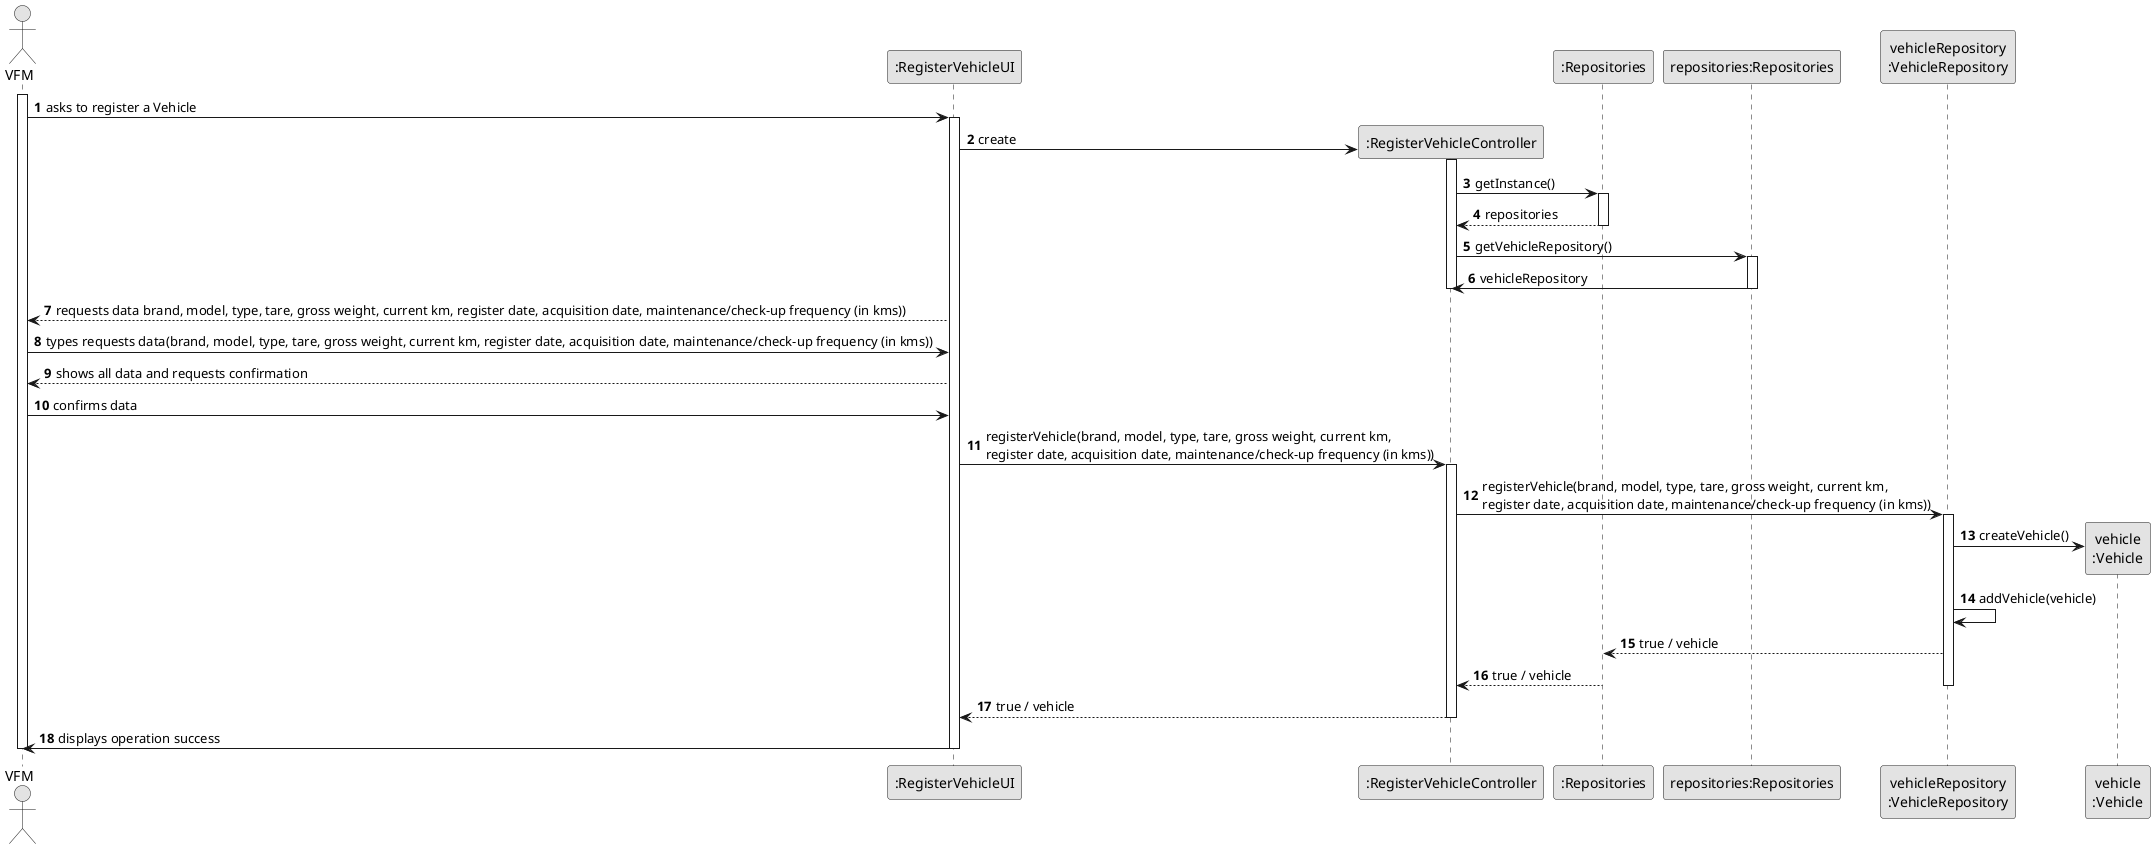
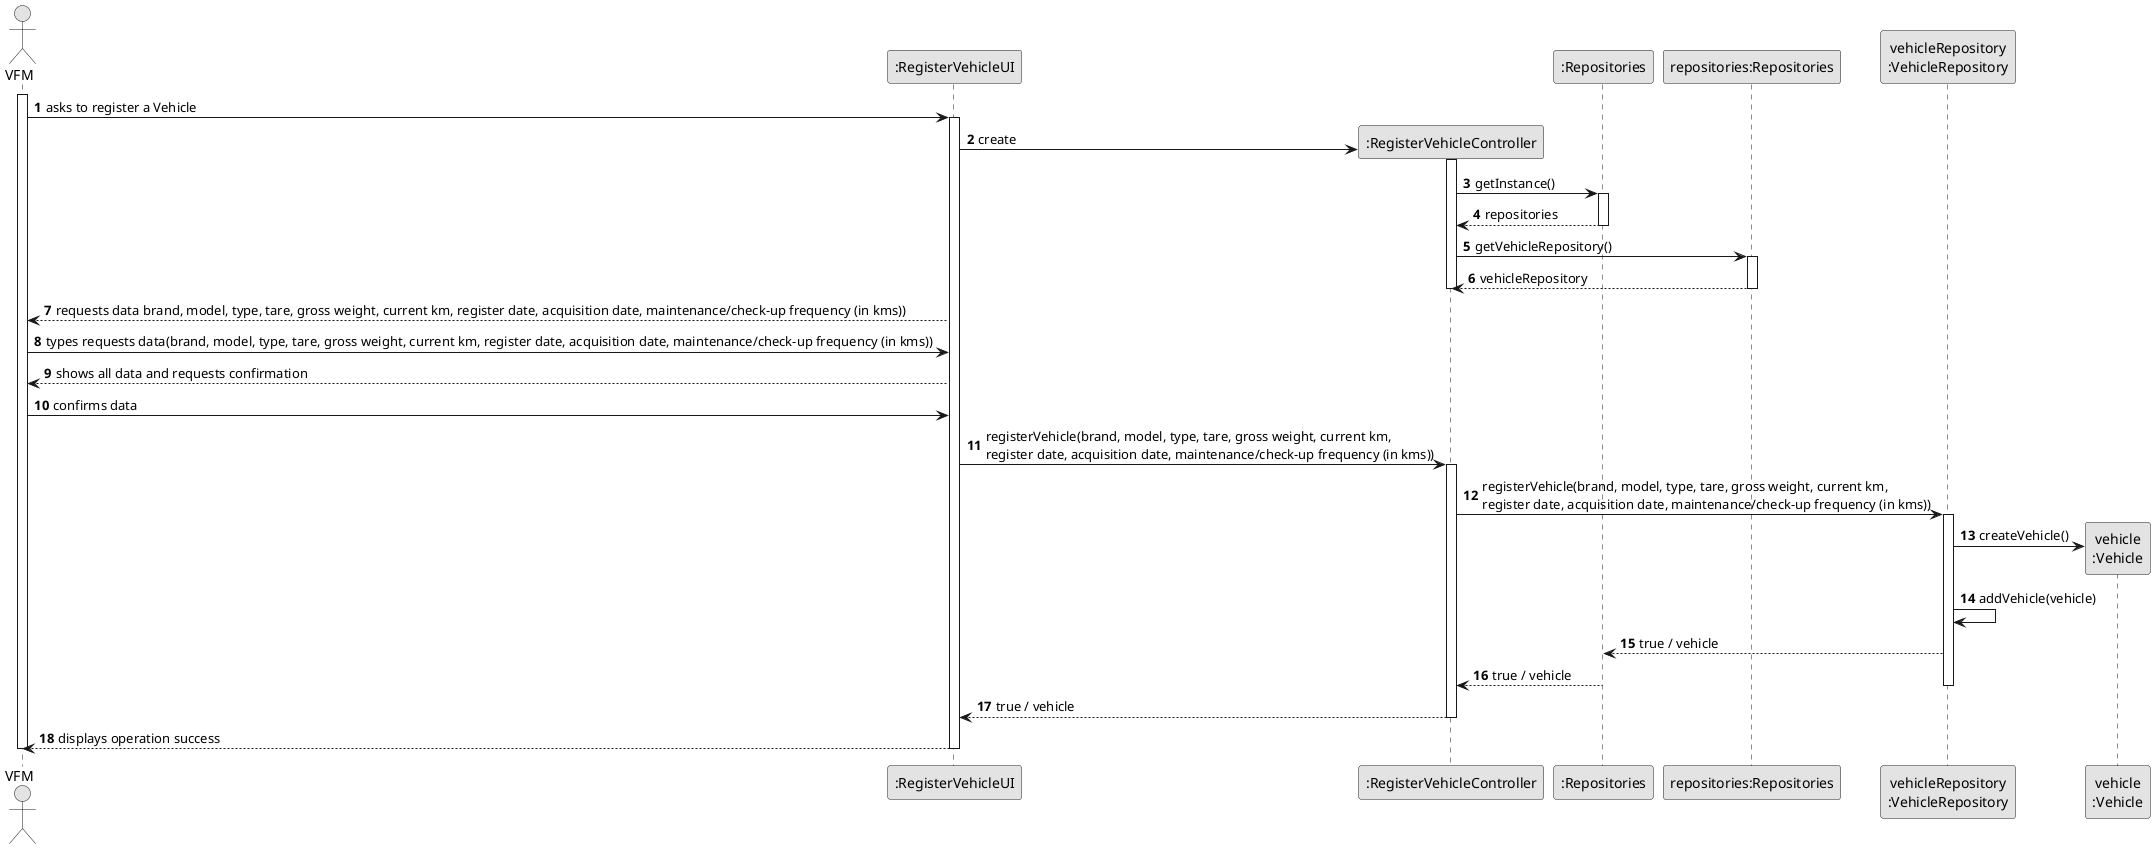
@startuml
skinparam monochrome true
skinparam packageStyle rectangle
skinparam shadowing false

autonumber

'hide footbox
actor "VFM" as VFM
participant ":RegisterVehicleUI" as UI
participant ":RegisterVehicleController" as CTRL
participant ":Repositories" as Repositories
participant "repositories:Repositories" as Repo
participant "vehicleRepository\n:VehicleRepository" as VehicleRepository
participant "vehicle\n:Vehicle" as Vehicle

activate VFM

    VFM -> UI : asks to register a Vehicle
    activate UI

    UI -> CTRL** : create
    activate CTRL

    CTRL -> Repositories : getInstance()
    activate Repositories

    Repositories --> CTRL: repositories
    deactivate Repositories

    CTRL -> Repo : getVehicleRepository()
    activate Repo

-     Repo -> CTRL : vehicleRepository
-         deactivate Repo
+     Repo --> CTRL : vehicleRepository
+     deactivate Repo

    deactivate CTRL

    UI --> VFM : requests data brand, model, type, tare, gross weight, current km, register date, acquisition date, maintenance/check-up frequency (in kms))

    VFM -> UI : types requests data(brand, model, type, tare, gross weight, current km, register date, acquisition date, maintenance/check-up frequency (in kms))

    UI --> VFM : shows all data and requests confirmation

    VFM -> UI : confirms data

    UI -> CTRL : registerVehicle(brand, model, type, tare, gross weight, current km, \nregister date, acquisition date, maintenance/check-up frequency (in kms))
    activate CTRL

    CTRL -> VehicleRepository: registerVehicle(brand, model, type, tare, gross weight, current km, \nregister date, acquisition date, maintenance/check-up frequency (in kms))
    activate VehicleRepository

    VehicleRepository -> Vehicle**: createVehicle()
    VehicleRepository -> VehicleRepository: addVehicle(vehicle)
    VehicleRepository --> Repositories : true / vehicle


    Repositories --> CTRL : true / vehicle
    deactivate VehicleRepository

    CTRL --> UI: true / vehicle
    deactivate CTRL

-     UI -> VFM : displays operation success
+     UI --> VFM : displays operation success
    deactivate UI

deactivate VFM

@enduml